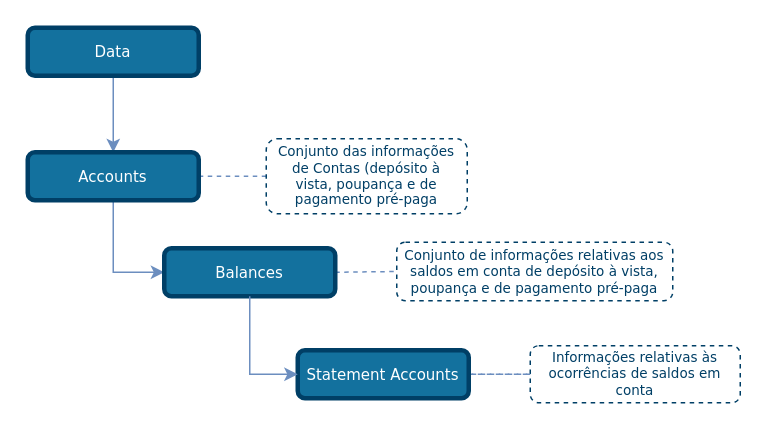
This is draw_io_diagrams/accounts/TLD_Accounts_Balances.drawio from OpenBanking-Brasil/areadesenvolvedor, a draw.io file, before an edit. Source tidied: cells renumbered, new cells numbered last; positions are measured from the earlier drawing's top-left corner, leaving out a move shared by most shapes. Both pictures are drawn from the tidied source at 150%, with x=0, y=0 at pixel (27, 27).
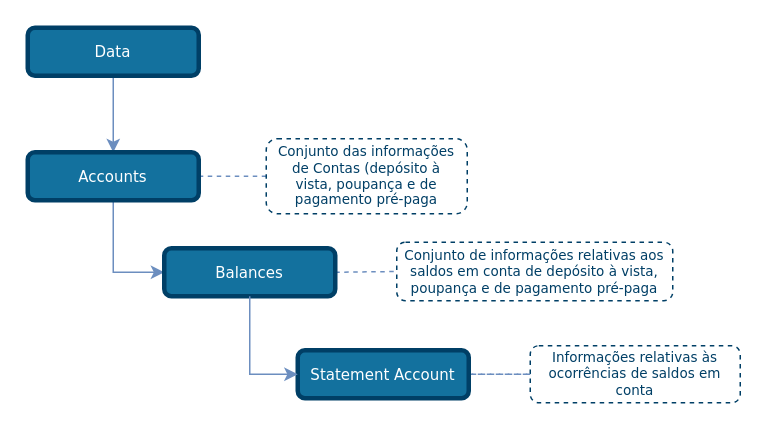
After the change.

What changed in the source:
```diff
@@
 <mxGraphModel>
   <root>
     <mxCell id="0" />
     <mxCell id="1" parent="0" />
     <mxCell id="2" style="edgeStyle=none;rounded=1;jettySize=auto;html=1;entryX=0;entryY=0.5;entryDx=0;entryDy=0;dashed=1;endArrow=none;endFill=0;endSize=6;strokeColor=#6C8EBF;exitX=1;exitY=0.5;exitDx=0;exitDy=0;" parent="1" edge="1" source="8" target="9">
       <mxGeometry relative="1" as="geometry" />
     </mxCell>
     <mxCell id="3" style="edgeStyle=orthogonalEdgeStyle;rounded=0;jettySize=auto;html=1;entryX=0.5;entryY=0;entryDx=0;entryDy=0;endSize=6;fillColor=#dae8fc;strokeColor=#6c8ebf;comic=0;shadow=0;backgroundOutline=0;snapToPoint=0;fixDash=0;endArrow=classic;endFill=1;exitX=0.5;exitY=1;exitDx=0;exitDy=0;" parent="1" edge="1" source="14" target="6">
       <mxGeometry relative="1" as="geometry" />
     </mxCell>
     <mxCell id="4" style="edgeStyle=orthogonalEdgeStyle;rounded=0;jettySize=auto;html=1;exitX=0.5;exitY=1;exitDx=0;exitDy=0;entryX=0;entryY=0.5;entryDx=0;entryDy=0;strokeColor=#6C8EBF;endArrow=classic;endFill=1;" parent="1" edge="1" source="6" target="8">
       <mxGeometry relative="1" as="geometry" />
     </mxCell>
     <mxCell id="5" style="edgeStyle=none;rounded=1;jettySize=auto;html=1;exitX=1;exitY=0.5;exitDx=0;exitDy=0;entryX=0;entryY=0.5;entryDx=0;entryDy=0;dashed=1;endArrow=none;endFill=0;endSize=6;strokeColor=#6C8EBF;" parent="1" edge="1" source="6" target="7">
       <mxGeometry relative="1" as="geometry" />
     </mxCell>
     <mxCell id="6" value="Accounts" style="rounded=1;whiteSpace=wrap;html=1;comic=0;shadow=0;backgroundOutline=0;snapToPoint=0;fixDash=0;strokeWidth=3;fontFamily=Verdana;fontStyle=0;labelBackgroundColor=none;labelBorderColor=none;fontSize=10;fillColor=#13719E;strokeColor=#003F66;fontColor=#ffffff;" parent="1" vertex="1">
       <mxGeometry y="83" width="114" height="32" as="geometry" />
     </mxCell>
     <mxCell id="7" value="&lt;font style=&quot;font-size: 9px&quot;&gt;Conjunto das informações de Contas (depósito à vista, poupança e de pagamento pré-paga&lt;/font&gt;" style="rounded=1;whiteSpace=wrap;html=1;shadow=0;comic=0;strokeColor=#003F66;strokeWidth=1;fillColor=#ffffff;fontFamily=Verdana;fontSize=9;fontColor=#003F66;dashed=1;spacingLeft=5;spacing=0;spacingRight=5;spacingBottom=5;spacingTop=5;align=center;verticalAlign=middle;gradientColor=#ffffff;" parent="1" vertex="1">
       <mxGeometry x="159" y="74" width="134" height="50" as="geometry" />
     </mxCell>
     <mxCell id="8" value="Balances" style="rounded=1;whiteSpace=wrap;html=1;comic=0;shadow=0;backgroundOutline=0;snapToPoint=0;fixDash=0;strokeWidth=3;fontFamily=Verdana;fontStyle=0;labelBackgroundColor=none;labelBorderColor=none;fontSize=10;fillColor=#13719E;strokeColor=#003F66;fontColor=#ffffff;" parent="1" vertex="1">
       <mxGeometry x="91" y="147" width="114" height="32" as="geometry" />
     </mxCell>
     <mxCell id="9" value="&lt;font style=&quot;font-size: 9px&quot;&gt;Conjunto de informações relativas aos saldos em conta de depósito à vista, poupança e de pagamento pré-paga&lt;/font&gt;" style="rounded=1;whiteSpace=wrap;html=1;shadow=0;comic=0;strokeColor=#003F66;strokeWidth=1;fillColor=#ffffff;fontFamily=Verdana;fontSize=9;fontColor=#003F66;dashed=1;spacingLeft=5;spacing=0;spacingRight=5;spacingBottom=5;spacingTop=5;align=center;verticalAlign=middle;gradientColor=#ffffff;" parent="1" vertex="1">
       <mxGeometry x="246" y="143" width="184" height="39" as="geometry" />
     </mxCell>
     <mxCell id="10" style="edgeStyle=none;rounded=1;jettySize=auto;html=1;entryX=0;entryY=0.5;entryDx=0;entryDy=0;dashed=1;endArrow=none;endFill=0;endSize=6;strokeColor=#6C8EBF;exitX=1;exitY=0.5;exitDx=0;exitDy=0;" parent="1" edge="1" source="11" target="12">
       <mxGeometry relative="1" as="geometry" />
     </mxCell>
-    <mxCell id="11" value="Statement Accounts" style="rounded=1;whiteSpace=wrap;html=1;comic=0;shadow=0;backgroundOutline=0;snapToPoint=0;fixDash=0;strokeWidth=3;fontFamily=Verdana;fontStyle=0;labelBackgroundColor=none;labelBorderColor=none;fontSize=10;fillColor=#13719E;strokeColor=#003F66;fontColor=#ffffff;" parent="1" vertex="1">
+    <mxCell id="11" value="Statement Account" style="rounded=1;whiteSpace=wrap;html=1;comic=0;shadow=0;backgroundOutline=0;snapToPoint=0;fixDash=0;strokeWidth=3;fontFamily=Verdana;fontStyle=0;labelBackgroundColor=none;labelBorderColor=none;fontSize=10;fillColor=#13719E;strokeColor=#003F66;fontColor=#ffffff;" parent="1" vertex="1">
       <mxGeometry x="180" y="215" width="114" height="32" as="geometry" />
     </mxCell>
     <mxCell id="12" value="&lt;font style=&quot;font-size: 9px&quot;&gt;Informações relativas às ocorrências de saldos em conta&lt;/font&gt;" style="rounded=1;whiteSpace=wrap;html=1;shadow=0;comic=0;strokeColor=#003F66;strokeWidth=1;fillColor=#ffffff;fontFamily=Verdana;fontSize=9;fontColor=#003F66;dashed=1;spacingLeft=5;spacing=0;spacingRight=5;spacingBottom=5;spacingTop=5;align=center;verticalAlign=middle;gradientColor=#ffffff;" parent="1" vertex="1">
       <mxGeometry x="335" y="212" width="140" height="38" as="geometry" />
     </mxCell>
     <mxCell id="13" style="edgeStyle=orthogonalEdgeStyle;rounded=0;jettySize=auto;html=1;exitX=0.5;exitY=1;exitDx=0;exitDy=0;entryX=0;entryY=0.5;entryDx=0;entryDy=0;strokeColor=#6C8EBF;endArrow=classic;endFill=1;" parent="1" edge="1" source="8" target="11">
       <mxGeometry relative="1" as="geometry" />
     </mxCell>
     <mxCell id="14" value="Data" style="rounded=1;whiteSpace=wrap;html=1;comic=0;shadow=0;backgroundOutline=0;snapToPoint=0;fixDash=0;strokeWidth=3;fontFamily=Verdana;fontStyle=0;labelBackgroundColor=none;labelBorderColor=none;fontSize=10;fillColor=#13719E;strokeColor=#003F66;fontColor=#ffffff;" parent="1" vertex="1">
       <mxGeometry width="114" height="32" as="geometry" />
     </mxCell>
     <mxCell id="15" style="edgeStyle=none;rounded=1;orthogonalLoop=1;jettySize=auto;html=1;entryX=0;entryY=0.5;entryDx=0;entryDy=0;dashed=1;endArrow=none;endFill=0;endSize=6;strokeColor=#6C8EBF;exitX=1;exitY=0.5;exitDx=0;exitDy=0;" parent="1" edge="1">
       <mxGeometry relative="1" as="geometry">
         <mxPoint x="296" y="231" as="sourcePoint" />
         <mxPoint x="337" y="231" as="targetPoint" />
       </mxGeometry>
     </mxCell>
   </root>
 </mxGraphModel>
```
